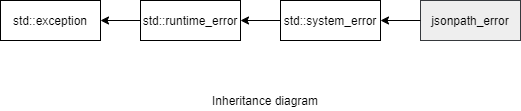
Earlier version of the draw.io export doc/ref/jsonpath/diagrams/jsonpath_error.png (danielaparker/jsoncons). Source tidied: cells renumbered, new cells last; positions are measured from the earlier drawing's top-left corner, leaving out a move shared by most shapes. The source it was exported from:
```xml
<mxGraphModel>
  <root>
    <mxCell id="0" />
    <mxCell id="1" parent="0" />
    <mxCell id="2" value="std::exception" style="rounded=0;whiteSpace=wrap;html=1;" parent="1" vertex="1">
      <mxGeometry width="100" height="40" as="geometry" />
    </mxCell>
    <mxCell id="3" value="std::runtime_error" style="rounded=0;whiteSpace=wrap;html=1;" parent="1" vertex="1">
      <mxGeometry x="140" width="100" height="40" as="geometry" />
    </mxCell>
    <mxCell id="4" style="endArrow=classic;html=1;exitX=0;exitY=0.5;exitDx=0;exitDy=0;entryX=1;entryY=0.5;entryDx=0;entryDy=0;" parent="1" edge="1" source="3" target="2">
      <mxGeometry relative="1" as="geometry" />
    </mxCell>
    <mxCell id="5" value="std::system_error" style="rounded=0;whiteSpace=wrap;html=1;" parent="1" vertex="1">
      <mxGeometry x="280" width="100" height="40" as="geometry" />
    </mxCell>
    <mxCell id="6" style="endArrow=classic;html=1;exitX=0;exitY=0.5;exitDx=0;exitDy=0;entryX=1;entryY=0.5;entryDx=0;entryDy=0;" parent="1" edge="1" source="5" target="3">
      <mxGeometry relative="1" as="geometry" />
    </mxCell>
    <mxCell id="7" value="jsonpath_error" style="rounded=0;whiteSpace=wrap;html=1;fillColor=#eeeeee;strokeColor=#36393d;" parent="1" vertex="1">
      <mxGeometry x="420" width="100" height="40" as="geometry" />
    </mxCell>
    <mxCell id="8" style="endArrow=classic;html=1;exitX=0;exitY=0.5;exitDx=0;exitDy=0;entryX=1;entryY=0.5;entryDx=0;entryDy=0;" parent="1" edge="1" source="7" target="5">
      <mxGeometry relative="1" as="geometry" />
    </mxCell>
    <mxCell id="9" value="Inheritance diagram" style="text;html=1;strokeColor=none;fillColor=none;align=center;verticalAlign=middle;whiteSpace=wrap;rounded=0;" parent="1" vertex="1">
      <mxGeometry x="200" y="90" width="130" height="20" as="geometry" />
    </mxCell>
  </root>
</mxGraphModel>
```
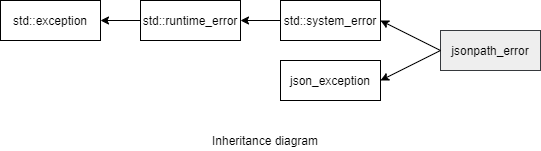
Above is the later version.

Commit message:
Restored json_exception interface

Change to the diagram source:
```diff
@@ -18,13 +18,19 @@
       <mxGeometry relative="1" as="geometry" />
     </mxCell>
     <mxCell id="7" value="jsonpath_error" style="rounded=0;whiteSpace=wrap;html=1;fillColor=#eeeeee;strokeColor=#36393d;" parent="1" vertex="1">
-      <mxGeometry x="420" width="100" height="40" as="geometry" />
+      <mxGeometry x="440" y="30" width="100" height="40" as="geometry" />
     </mxCell>
     <mxCell id="8" style="endArrow=classic;html=1;exitX=0;exitY=0.5;exitDx=0;exitDy=0;entryX=1;entryY=0.5;entryDx=0;entryDy=0;" parent="1" edge="1" source="7" target="5">
       <mxGeometry relative="1" as="geometry" />
     </mxCell>
     <mxCell id="9" value="Inheritance diagram" style="text;html=1;strokeColor=none;fillColor=none;align=center;verticalAlign=middle;whiteSpace=wrap;rounded=0;" parent="1" vertex="1">
-      <mxGeometry x="200" y="90" width="130" height="20" as="geometry" />
+      <mxGeometry x="200" y="130" width="130" height="20" as="geometry" />
     </mxCell>
+    <mxCell id="10" value="json_exception" style="rounded=0;whiteSpace=wrap;html=1;" parent="1" vertex="1">
+      <mxGeometry x="280" y="60" width="100" height="40" as="geometry" />
+    </mxCell>
+    <mxCell id="11" style="endArrow=classic;html=1;exitX=0;exitY=0.5;exitDx=0;exitDy=0;entryX=1;entryY=0.5;entryDx=0;entryDy=0;" parent="1" edge="1" source="7" target="10">
+      <mxGeometry relative="1" as="geometry" />
+    </mxCell>
   </root>
 </mxGraphModel>
```
